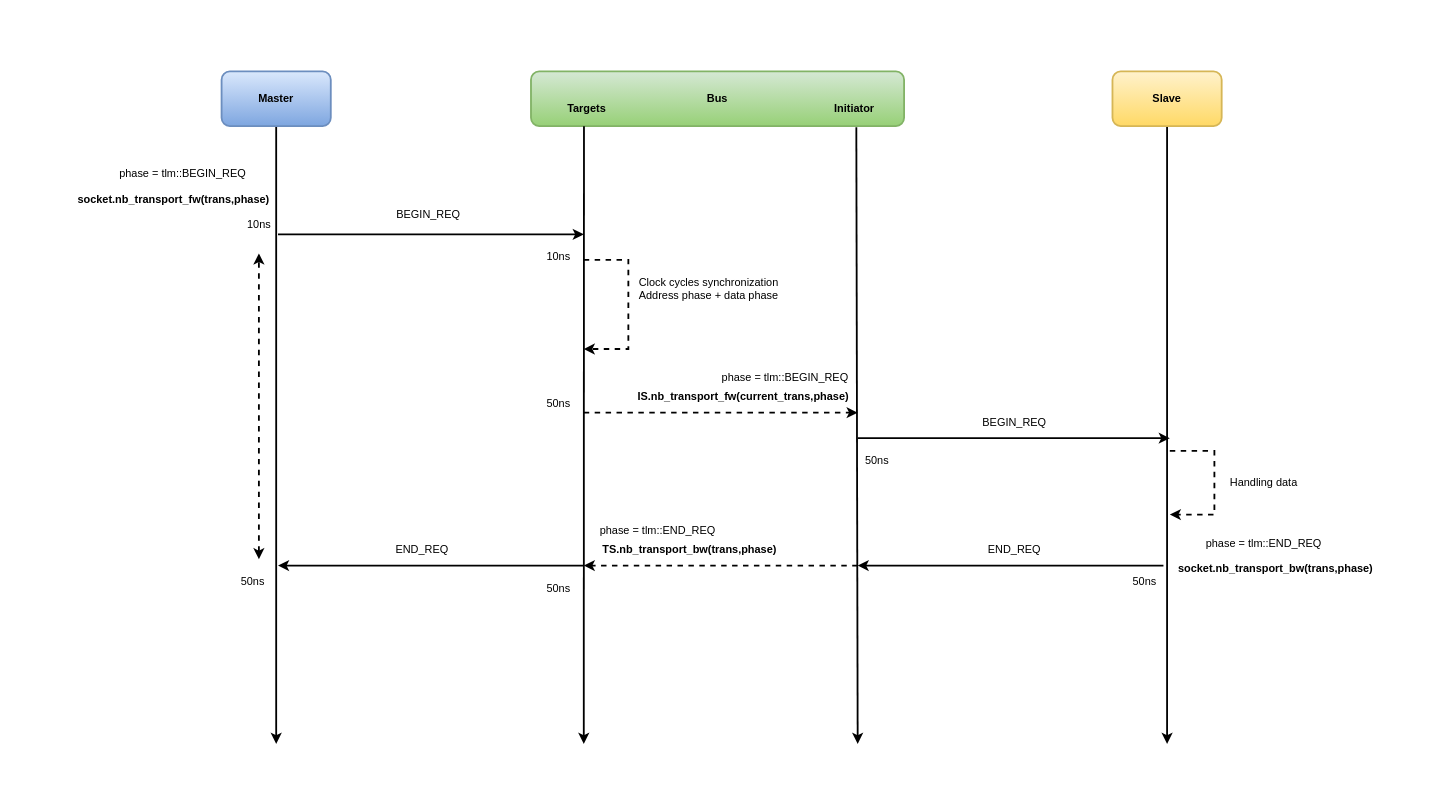
Earlier version of the draw.io diagram page "BusMMIOAT2Phases" (2 of 4) of docs/SystemCDesign.drawio (Winxkin/SystemCDemo). Source tidied: cells renumbered, new cells numbered last; positions are measured from the earlier drawing's top-left corner, leaving out a move shared by most shapes. Both pictures are drawn from the tidied source at 91%, with x=0, y=0 at pixel (67, 71).
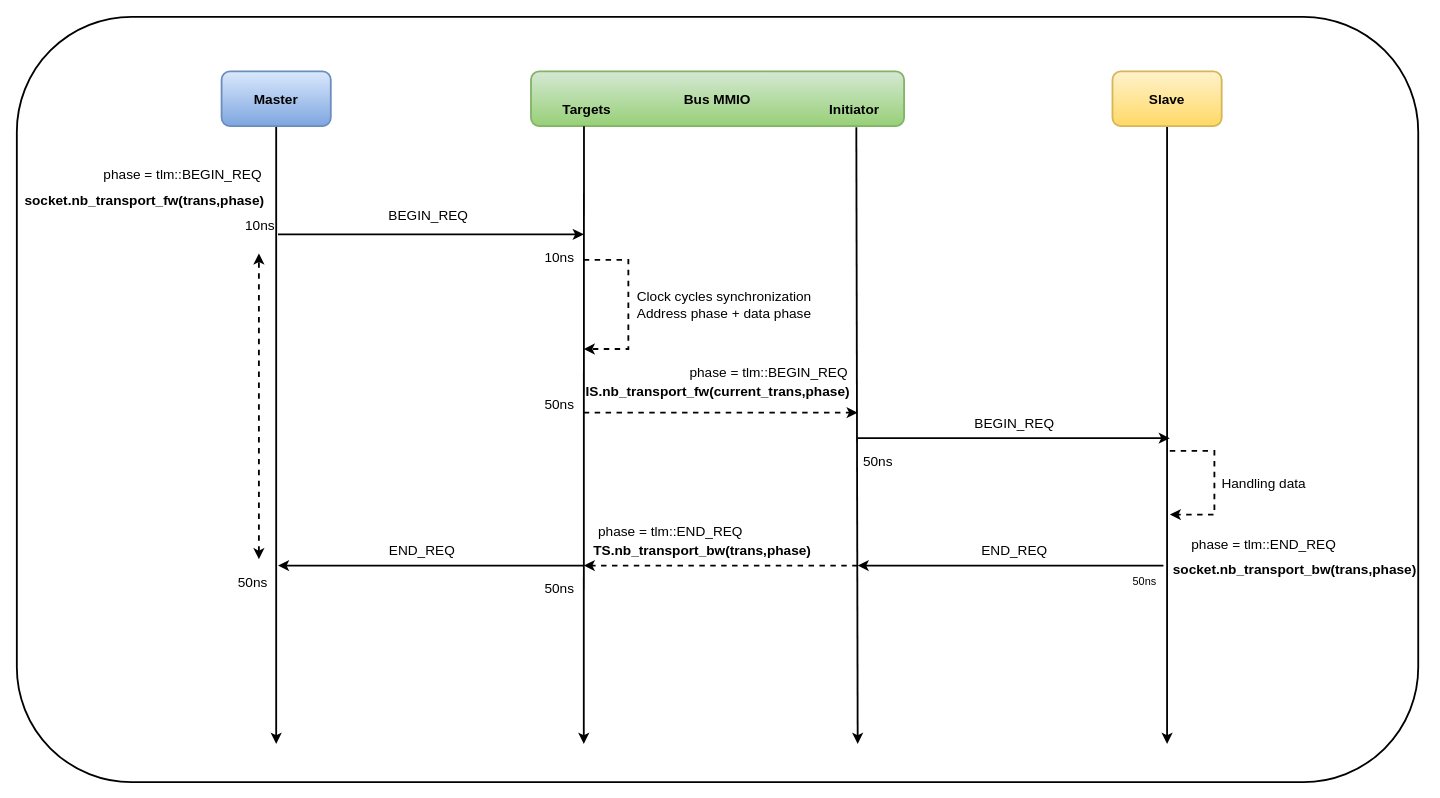
Above is the later version.

What changed in the source:
```diff
@@
+    <mxCell id="41" style="rounded=1;whiteSpace=wrap;html=1;strokeWidth=2;fillColor=default;" parent="1" vertex="1">
+      <mxGeometry x="-56" y="-60" width="1540" height="841" as="geometry" />
+    </mxCell>
@@
-    <mxCell id="3" value="&lt;b&gt;Master&lt;/b&gt;" style="rounded=1;whiteSpace=wrap;html=1;fillColor=#dae8fc;gradientColor=#7ea6e0;strokeColor=#6c8ebf;strokeWidth=2;" parent="1" vertex="1">
+    <mxCell id="3" value="&lt;b&gt;&lt;font style=&quot;font-size: 15px;&quot;&gt;Master&lt;/font&gt;&lt;/b&gt;" style="rounded=1;whiteSpace=wrap;html=1;fillColor=#dae8fc;gradientColor=#7ea6e0;strokeColor=#6c8ebf;strokeWidth=2;" parent="1" vertex="1">
       <mxGeometry x="169" width="120" height="60" as="geometry" />
     </mxCell>
-    <mxCell id="4" value="&lt;b&gt;Bus&lt;/b&gt;" style="rounded=1;whiteSpace=wrap;html=1;fillColor=#d5e8d4;strokeColor=#82b366;gradientColor=#97d077;strokeWidth=2;" parent="1" vertex="1">
+    <mxCell id="4" value="&lt;b&gt;&lt;font style=&quot;font-size: 15px;&quot;&gt;Bus MMIO&lt;/font&gt;&lt;/b&gt;" style="rounded=1;whiteSpace=wrap;html=1;fillColor=#d5e8d4;strokeColor=#82b366;gradientColor=#97d077;strokeWidth=2;" parent="1" vertex="1">
       <mxGeometry x="509" width="410" height="60" as="geometry" />
     </mxCell>
@@
-    <mxCell id="6" value="&lt;b&gt;Slave&lt;/b&gt;" style="rounded=1;whiteSpace=wrap;html=1;fillColor=#fff2cc;gradientColor=#ffd966;strokeColor=#d6b656;strokeWidth=2;" parent="1" vertex="1">
+    <mxCell id="6" value="&lt;b&gt;&lt;font style=&quot;font-size: 15px;&quot;&gt;Slave&lt;/font&gt;&lt;/b&gt;" style="rounded=1;whiteSpace=wrap;html=1;fillColor=#fff2cc;gradientColor=#ffd966;strokeColor=#d6b656;strokeWidth=2;" parent="1" vertex="1">
       <mxGeometry x="1148" width="120" height="60" as="geometry" />
     </mxCell>
-    <mxCell id="7" value="&lt;b&gt;Targets&lt;/b&gt;" style="text;html=1;align=center;verticalAlign=middle;strokeColor=none;fillColor=none;strokeWidth=2;" parent="1" vertex="1">
-      <mxGeometry x="538" y="23" width="63" height="35" as="geometry" />
+    <mxCell id="7" value="&lt;b&gt;&lt;font style=&quot;font-size: 15px;&quot;&gt;Targets&lt;/font&gt;&lt;/b&gt;" style="text;html=1;align=center;verticalAlign=middle;strokeColor=none;fillColor=none;strokeWidth=2;" parent="1" vertex="1">
+      <mxGeometry x="535" y="23" width="70" height="35" as="geometry" />
     </mxCell>
-    <mxCell id="8" value="&lt;b&gt;Initiator&lt;/b&gt;" style="text;html=1;align=center;verticalAlign=middle;strokeColor=none;fillColor=none;strokeWidth=2;" parent="1" vertex="1">
-      <mxGeometry x="832" y="23" width="63" height="35" as="geometry" />
+    <mxCell id="8" value="&lt;b&gt;&lt;font style=&quot;font-size: 15px;&quot;&gt;Initiator&lt;/font&gt;&lt;/b&gt;" style="text;html=1;align=center;verticalAlign=middle;strokeColor=none;fillColor=none;strokeWidth=2;" parent="1" vertex="1">
+      <mxGeometry x="825" y="23" width="77" height="35" as="geometry" />
     </mxCell>
@@
-    <mxCell id="11" value="&lt;b&gt;socket.nb_transport_fw(trans,phase)&lt;/b&gt;" style="text;html=1;align=center;verticalAlign=middle;strokeColor=none;fillColor=none;strokeWidth=2;" parent="1" vertex="1">
-      <mxGeometry y="123" width="231" height="35" as="geometry" />
+    <mxCell id="11" value="&lt;b&gt;&lt;font style=&quot;font-size: 15px;&quot;&gt;socket.nb_transport_fw(trans,phase)&lt;/font&gt;&lt;/b&gt;" style="text;html=1;align=center;verticalAlign=middle;strokeColor=none;fillColor=none;strokeWidth=2;" parent="1" vertex="1">
+      <mxGeometry x="-56.5" y="123" width="280" height="35" as="geometry" />
     </mxCell>
-    <mxCell id="12" value="phase = tlm::BEGIN_REQ" style="text;html=1;align=center;verticalAlign=middle;strokeColor=none;fillColor=none;strokeWidth=2;" parent="1" vertex="1">
-      <mxGeometry x="45" y="95" width="161" height="35" as="geometry" />
+    <mxCell id="12" value="&lt;font style=&quot;font-size: 15px;&quot;&gt;phase = tlm::BEGIN_REQ&lt;/font&gt;" style="text;html=1;align=center;verticalAlign=middle;strokeColor=none;fillColor=none;strokeWidth=2;" parent="1" vertex="1">
+      <mxGeometry x="28" y="95" width="196" height="35" as="geometry" />
     </mxCell>
@@
-    <mxCell id="14" value="BEGIN_REQ" style="text;html=1;align=center;verticalAlign=middle;strokeColor=none;fillColor=none;strokeWidth=2;" parent="1" vertex="1">
-      <mxGeometry x="350" y="140" width="91" height="35" as="geometry" />
+    <mxCell id="14" value="&lt;font style=&quot;font-size: 15px;&quot;&gt;BEGIN_REQ&lt;/font&gt;" style="text;html=1;align=center;verticalAlign=middle;strokeColor=none;fillColor=none;strokeWidth=2;" parent="1" vertex="1">
+      <mxGeometry x="343" y="140" width="105" height="35" as="geometry" />
     </mxCell>
@@
-    <mxCell id="16" value="Clock cycles synchronization&lt;div&gt;Address phase + data phase&lt;/div&gt;" style="text;html=1;align=center;verticalAlign=middle;strokeColor=none;fillColor=none;strokeWidth=2;" parent="1" vertex="1">
-      <mxGeometry x="616" y="214" width="175" height="49" as="geometry" />
+    <mxCell id="16" value="&lt;font style=&quot;font-size: 15px;&quot;&gt;Clock cycles synchronization&lt;/font&gt;&lt;div style=&quot;font-size: 15px;&quot;&gt;&lt;font style=&quot;font-size: 15px;&quot;&gt;Address phase + data phase&lt;/font&gt;&lt;/div&gt;" style="text;html=1;align=center;verticalAlign=middle;strokeColor=none;fillColor=none;strokeWidth=2;" parent="1" vertex="1">
+      <mxGeometry x="616" y="228" width="210" height="56" as="geometry" />
     </mxCell>
@@
-    <mxCell id="18" value="&lt;b&gt;IS.nb_transport_fw(current_trans,phase)&lt;/b&gt;" style="text;html=1;align=center;verticalAlign=middle;strokeColor=none;fillColor=none;strokeWidth=2;" parent="1" vertex="1">
-      <mxGeometry x="616" y="340" width="252" height="35" as="geometry" />
+    <mxCell id="18" value="&lt;b&gt;&lt;font style=&quot;font-size: 15px;&quot;&gt;IS.nb_transport_fw(current_trans,phase)&lt;/font&gt;&lt;/b&gt;" style="text;html=1;align=center;verticalAlign=middle;strokeColor=none;fillColor=none;strokeWidth=2;" parent="1" vertex="1">
+      <mxGeometry x="560" y="333" width="308" height="35" as="geometry" />
     </mxCell>
-    <mxCell id="19" value="phase = tlm::BEGIN_REQ" style="text;html=1;align=center;verticalAlign=middle;strokeColor=none;fillColor=none;strokeWidth=2;" parent="1" vertex="1">
-      <mxGeometry x="707" y="319" width="161" height="35" as="geometry" />
+    <mxCell id="19" value="&lt;font style=&quot;font-size: 15px;&quot;&gt;phase = tlm::BEGIN_REQ&lt;/font&gt;" style="text;html=1;align=center;verticalAlign=middle;strokeColor=none;fillColor=none;strokeWidth=2;" parent="1" vertex="1">
+      <mxGeometry x="672" y="312" width="196" height="35" as="geometry" />
     </mxCell>
@@
-    <mxCell id="21" value="BEGIN_REQ" style="text;html=1;align=center;verticalAlign=middle;strokeColor=none;fillColor=none;strokeWidth=2;" parent="1" vertex="1">
-      <mxGeometry x="994" y="368" width="91" height="35" as="geometry" />
+    <mxCell id="21" value="&lt;font style=&quot;font-size: 15px;&quot;&gt;BEGIN_REQ&lt;/font&gt;" style="text;html=1;align=center;verticalAlign=middle;strokeColor=none;fillColor=none;strokeWidth=2;" parent="1" vertex="1">
+      <mxGeometry x="987" y="368" width="105" height="35" as="geometry" />
     </mxCell>
@@
-    <mxCell id="23" value="Handling data" style="text;html=1;align=center;verticalAlign=middle;strokeColor=none;fillColor=none;strokeWidth=2;" parent="1" vertex="1">
-      <mxGeometry x="1268" y="434" width="91" height="35" as="geometry" />
+    <mxCell id="23" value="&lt;font style=&quot;font-size: 15px;&quot;&gt;Handling data&lt;/font&gt;" style="text;html=1;align=center;verticalAlign=middle;strokeColor=none;fillColor=none;strokeWidth=2;" parent="1" vertex="1">
+      <mxGeometry x="1258" y="434" width="112" height="35" as="geometry" />
     </mxCell>
@@
-    <mxCell id="25" value="&lt;b&gt;socket.nb_transport_bw(trans,phase)&lt;/b&gt;" style="text;html=1;align=center;verticalAlign=middle;strokeColor=none;fillColor=none;strokeWidth=2;" parent="1" vertex="1">
-      <mxGeometry x="1211" y="529" width="231" height="35" as="geometry" />
+    <mxCell id="25" value="&lt;b&gt;&lt;font style=&quot;font-size: 15px;&quot;&gt;socket.nb_transport_bw(trans,phase)&lt;/font&gt;&lt;/b&gt;" style="text;html=1;align=center;verticalAlign=middle;strokeColor=none;fillColor=none;strokeWidth=2;" parent="1" vertex="1">
+      <mxGeometry x="1204" y="529" width="287" height="35" as="geometry" />
     </mxCell>
-    <mxCell id="26" value="phase = tlm::END_REQ" style="text;html=1;align=center;verticalAlign=middle;strokeColor=none;fillColor=none;strokeWidth=2;" parent="1" vertex="1">
-      <mxGeometry x="1240" y="501" width="147" height="35" as="geometry" />
+    <mxCell id="26" value="&lt;font style=&quot;font-size: 15px;&quot;&gt;phase = tlm::END_REQ&lt;/font&gt;" style="text;html=1;align=center;verticalAlign=middle;strokeColor=none;fillColor=none;strokeWidth=2;" parent="1" vertex="1">
+      <mxGeometry x="1226" y="501" width="175" height="35" as="geometry" />
     </mxCell>
-    <mxCell id="27" value="END_REQ" style="text;html=1;align=center;verticalAlign=middle;strokeColor=none;fillColor=none;strokeWidth=2;" parent="1" vertex="1">
-      <mxGeometry x="1001" y="508" width="77" height="35" as="geometry" />
+    <mxCell id="27" value="&lt;font style=&quot;font-size: 15px;&quot;&gt;END_REQ&lt;/font&gt;" style="text;html=1;align=center;verticalAlign=middle;strokeColor=none;fillColor=none;strokeWidth=2;" parent="1" vertex="1">
+      <mxGeometry x="994" y="508" width="91" height="35" as="geometry" />
     </mxCell>
@@
-    <mxCell id="29" value="phase = tlm::END_REQ" style="text;html=1;align=center;verticalAlign=middle;strokeColor=none;fillColor=none;strokeWidth=2;" parent="1" vertex="1">
-      <mxGeometry x="574" y="487" width="147" height="35" as="geometry" />
+    <mxCell id="29" value="&lt;font style=&quot;font-size: 15px;&quot;&gt;phase = tlm::END_REQ&lt;/font&gt;" style="text;html=1;align=center;verticalAlign=middle;strokeColor=none;fillColor=none;strokeWidth=2;" parent="1" vertex="1">
+      <mxGeometry x="574" y="487" width="175" height="35" as="geometry" />
     </mxCell>
-    <mxCell id="30" value="&lt;b&gt;TS.nb_transport_bw(trans,phase)&lt;/b&gt;" style="text;html=1;align=center;verticalAlign=middle;strokeColor=none;fillColor=none;strokeWidth=2;" parent="1" vertex="1">
-      <mxGeometry x="578" y="508" width="210" height="35" as="geometry" />
+    <mxCell id="30" value="&lt;b&gt;&lt;font style=&quot;font-size: 15px;&quot;&gt;TS.nb_transport_bw(trans,phase)&lt;/font&gt;&lt;/b&gt;" style="text;html=1;align=center;verticalAlign=middle;strokeColor=none;fillColor=none;strokeWidth=2;" parent="1" vertex="1">
+      <mxGeometry x="567" y="508" width="259" height="35" as="geometry" />
     </mxCell>
@@
-    <mxCell id="32" value="END_REQ" style="text;html=1;align=center;verticalAlign=middle;strokeColor=none;fillColor=none;strokeWidth=2;" parent="1" vertex="1">
-      <mxGeometry x="350" y="508" width="77" height="35" as="geometry" />
+    <mxCell id="32" value="&lt;font style=&quot;font-size: 15px;&quot;&gt;END_REQ&lt;/font&gt;" style="text;html=1;align=center;verticalAlign=middle;strokeColor=none;fillColor=none;strokeWidth=2;" parent="1" vertex="1">
+      <mxGeometry x="343" y="508" width="91" height="35" as="geometry" />
     </mxCell>
-    <mxCell id="33" value="10ns" style="text;html=1;align=center;verticalAlign=middle;strokeColor=none;fillColor=none;strokeWidth=2;" parent="1" vertex="1">
-      <mxGeometry x="189" y="151" width="42" height="35" as="geometry" />
+    <mxCell id="33" value="&lt;font style=&quot;font-size: 15px;&quot;&gt;10ns&lt;/font&gt;" style="text;html=1;align=center;verticalAlign=middle;strokeColor=none;fillColor=none;strokeWidth=2;" parent="1" vertex="1">
+      <mxGeometry x="186" y="151" width="49" height="35" as="geometry" />
     </mxCell>
-    <mxCell id="34" value="10ns" style="text;html=1;align=center;verticalAlign=middle;strokeColor=none;fillColor=none;strokeWidth=2;" parent="1" vertex="1">
-      <mxGeometry x="518" y="186" width="42" height="35" as="geometry" />
+    <mxCell id="34" value="&lt;font style=&quot;font-size: 15px;&quot;&gt;10ns&lt;/font&gt;" style="text;html=1;align=center;verticalAlign=middle;strokeColor=none;fillColor=none;strokeWidth=2;" parent="1" vertex="1">
+      <mxGeometry x="515" y="186" width="49" height="35" as="geometry" />
     </mxCell>
-    <mxCell id="35" value="50ns" style="text;html=1;align=center;verticalAlign=middle;strokeColor=none;fillColor=none;strokeWidth=2;" parent="1" vertex="1">
-      <mxGeometry x="518" y="347" width="42" height="35" as="geometry" />
+    <mxCell id="35" value="&lt;font style=&quot;font-size: 15px;&quot;&gt;50ns&lt;/font&gt;" style="text;html=1;align=center;verticalAlign=middle;strokeColor=none;fillColor=none;strokeWidth=2;" parent="1" vertex="1">
+      <mxGeometry x="515" y="347" width="49" height="35" as="geometry" />
     </mxCell>
-    <mxCell id="36" value="50ns" style="text;html=1;align=center;verticalAlign=middle;strokeColor=none;fillColor=none;strokeWidth=2;" parent="1" vertex="1">
-      <mxGeometry x="868" y="410" width="42" height="35" as="geometry" />
+    <mxCell id="36" value="&lt;font style=&quot;font-size: 15px;&quot;&gt;50ns&lt;/font&gt;" style="text;html=1;align=center;verticalAlign=middle;strokeColor=none;fillColor=none;strokeWidth=2;" parent="1" vertex="1">
+      <mxGeometry x="865" y="410" width="49" height="35" as="geometry" />
     </mxCell>
@@
-    <mxCell id="38" value="50ns" style="text;html=1;align=center;verticalAlign=middle;strokeColor=none;fillColor=none;strokeWidth=2;" parent="1" vertex="1">
-      <mxGeometry x="518" y="550" width="42" height="35" as="geometry" />
+    <mxCell id="38" value="&lt;font style=&quot;font-size: 15px;&quot;&gt;50ns&lt;/font&gt;" style="text;html=1;align=center;verticalAlign=middle;strokeColor=none;fillColor=none;strokeWidth=2;" parent="1" vertex="1">
+      <mxGeometry x="515" y="550" width="49" height="35" as="geometry" />
     </mxCell>
-    <mxCell id="39" value="50ns" style="text;html=1;align=center;verticalAlign=middle;strokeColor=none;fillColor=none;strokeWidth=2;" parent="1" vertex="1">
-      <mxGeometry x="181.5" y="543" width="42" height="35" as="geometry" />
+    <mxCell id="39" value="&lt;font style=&quot;font-size: 15px;&quot;&gt;50ns&lt;/font&gt;" style="text;html=1;align=center;verticalAlign=middle;strokeColor=none;fillColor=none;strokeWidth=2;" parent="1" vertex="1">
+      <mxGeometry x="178.5" y="543" width="49" height="35" as="geometry" />
     </mxCell>
```
